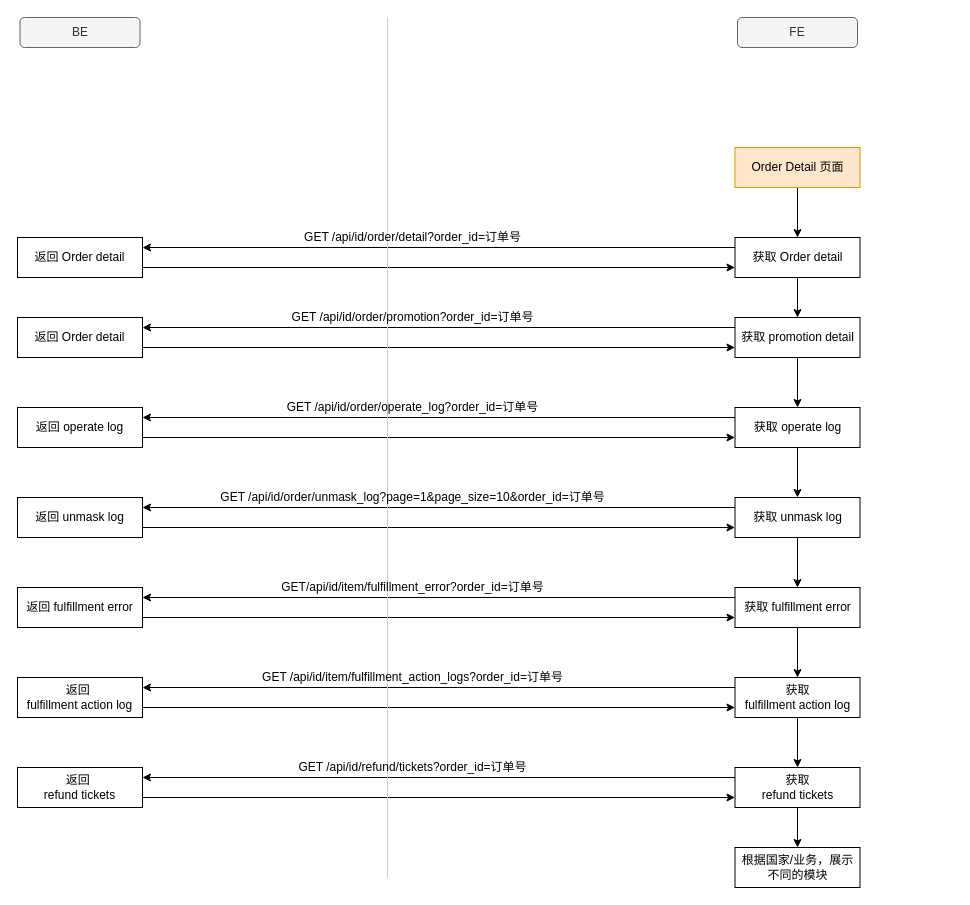
junhong2021/Hotel- keeps this draw.io diagram as page "order-detail" (2 of 4) of Admin/admin.drawio. Above is the earlier version. Source tidied: cells renumbered, new cells numbered last; positions are measured from the earlier drawing's top-left corner, leaving out a move shared by most shapes. Both pictures are drawn from the tidied source at 100%, with x=0, y=0 at pixel (17, 17).
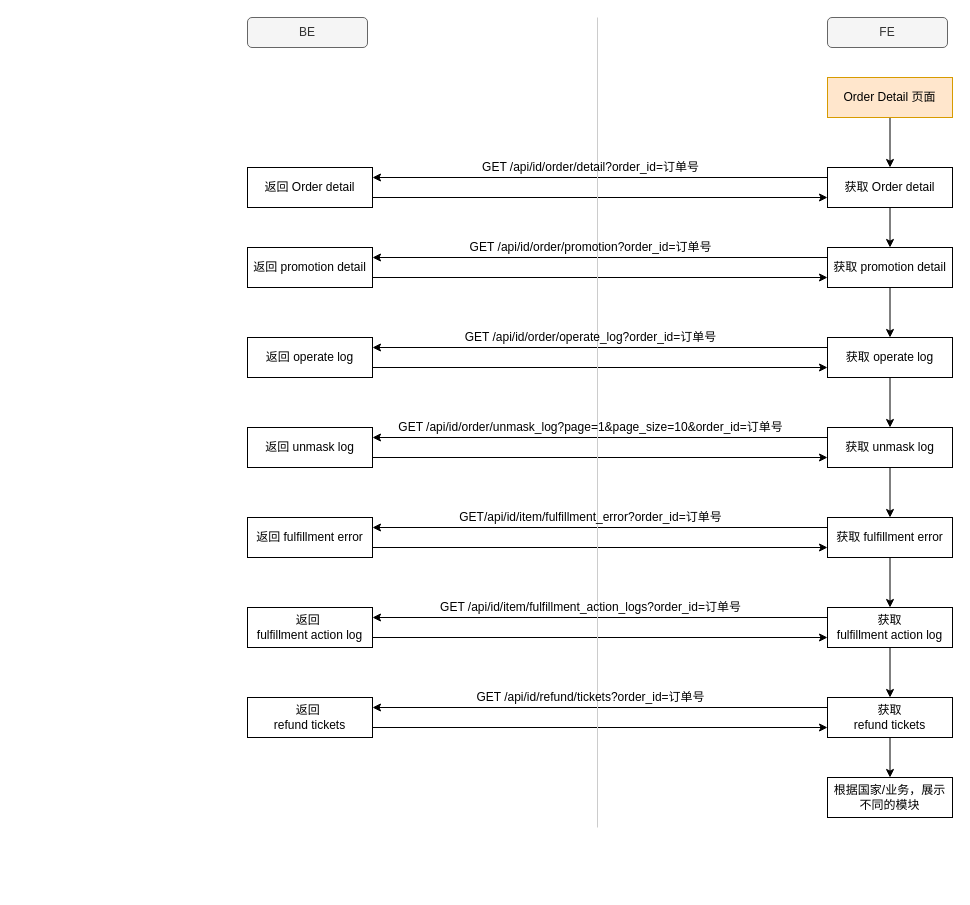
The same diagram, later.

Diff of the diagram source:
```diff
@@
     <mxCell id="6" value="BE" style="rounded=1;whiteSpace=wrap;html=1;fillColor=#f5f5f5;strokeColor=#666666;fontColor=#333333;" parent="1" vertex="1">
-      <mxGeometry x="2.5" width="120" height="30" as="geometry" />
+      <mxGeometry x="230" width="120" height="30" as="geometry" />
     </mxCell>
     <mxCell id="7" value="FE" style="rounded=1;whiteSpace=wrap;html=1;fillColor=#f5f5f5;strokeColor=#666666;fontColor=#333333;" parent="1" vertex="1">
-      <mxGeometry x="720" width="120" height="30" as="geometry" />
+      <mxGeometry x="810" width="120" height="30" as="geometry" />
     </mxCell>
@@
     <mxCell id="10" value="获取 Order detail" style="rounded=0;whiteSpace=wrap;html=1;" parent="1" vertex="1">
-      <mxGeometry x="717.5" y="220" width="125" height="40" as="geometry" />
+      <mxGeometry x="810" y="150" width="125" height="40" as="geometry" />
     </mxCell>
@@
     <mxCell id="16" value="获取 promotion detail" style="rounded=0;whiteSpace=wrap;html=1;" parent="1" vertex="1">
-      <mxGeometry x="717.5" y="300" width="125" height="40" as="geometry" />
+      <mxGeometry x="810" y="230" width="125" height="40" as="geometry" />
     </mxCell>
@@
     <mxCell id="18" value="获取 fulfillment error" style="rounded=0;whiteSpace=wrap;html=1;" parent="1" vertex="1">
-      <mxGeometry x="717.5" y="570" width="125" height="40" as="geometry" />
+      <mxGeometry x="810" y="500" width="125" height="40" as="geometry" />
     </mxCell>
@@
     <mxCell id="20" value="获取 operate log" style="rounded=0;whiteSpace=wrap;html=1;" parent="1" vertex="1">
-      <mxGeometry x="717.5" y="390" width="125" height="40" as="geometry" />
+      <mxGeometry x="810" y="320" width="125" height="40" as="geometry" />
     </mxCell>
@@
     <mxCell id="22" value="获取 unmask log" style="rounded=0;whiteSpace=wrap;html=1;" parent="1" vertex="1">
-      <mxGeometry x="717.5" y="480" width="125" height="40" as="geometry" />
+      <mxGeometry x="810" y="410" width="125" height="40" as="geometry" />
     </mxCell>
@@
-    <mxCell id="27" value="返回 Order detail" style="rounded=0;whiteSpace=wrap;html=1;" parent="1" vertex="1">
-      <mxGeometry y="300" width="125" height="40" as="geometry" />
+    <mxCell id="27" value="返回 promotion detail" style="rounded=0;whiteSpace=wrap;html=1;" parent="1" vertex="1">
+      <mxGeometry x="230" y="230" width="125" height="40" as="geometry" />
     </mxCell>
     <mxCell id="28" value="返回 fulfillment error" style="rounded=0;whiteSpace=wrap;html=1;" parent="1" vertex="1">
-      <mxGeometry y="570" width="125" height="40" as="geometry" />
+      <mxGeometry x="230" y="500" width="125" height="40" as="geometry" />
     </mxCell>
     <mxCell id="29" value="返回 operate log" style="rounded=0;whiteSpace=wrap;html=1;" parent="1" vertex="1">
-      <mxGeometry y="390" width="125" height="40" as="geometry" />
+      <mxGeometry x="230" y="320" width="125" height="40" as="geometry" />
     </mxCell>
     <mxCell id="30" value="返回 unmask log" style="rounded=0;whiteSpace=wrap;html=1;" parent="1" vertex="1">
-      <mxGeometry y="480" width="125" height="40" as="geometry" />
+      <mxGeometry x="230" y="410" width="125" height="40" as="geometry" />
     </mxCell>
@@
     <mxCell id="32" value="Order Detail 页面" style="rounded=0;whiteSpace=wrap;html=1;fillColor=#ffe6cc;strokeColor=#d79b00;" parent="1" vertex="1">
-      <mxGeometry x="717.5" y="130" width="125" height="40" as="geometry" />
+      <mxGeometry x="810" y="60" width="125" height="40" as="geometry" />
     </mxCell>
@@
     <mxCell id="35" value="返回 Order detail" style="rounded=0;whiteSpace=wrap;html=1;" parent="1" vertex="1">
-      <mxGeometry y="220" width="125" height="40" as="geometry" />
+      <mxGeometry x="230" y="150" width="125" height="40" as="geometry" />
     </mxCell>
     <mxCell id="36" style="endArrow=none;html=1;strokeColor=#CCCCCC;startArrow=none;" parent="1" edge="1">
       <mxGeometry relative="1" as="geometry">
-        <mxPoint x="370" y="860" as="sourcePoint" />
-        <mxPoint x="370" as="targetPoint" />
+        <mxPoint x="580" y="810" as="sourcePoint" />
+        <mxPoint x="580" as="targetPoint" />
       </mxGeometry>
     </mxCell>
     <mxCell id="37" value="GET /api/id/order/detail?order_id=订单号" style="text;html=1;align=center;verticalAlign=middle;strokeColor=none;" parent="1" vertex="1">
-      <mxGeometry x="280" y="210" width="230" height="20" as="geometry" />
+      <mxGeometry x="457.5" y="140" width="230" height="20" as="geometry" />
     </mxCell>
     <mxCell id="38" value="GET&amp;nbsp;/api/id/order/promotion?order_id=订单号" style="text;html=1;align=center;verticalAlign=middle;strokeColor=none;" parent="1" vertex="1">
-      <mxGeometry x="265" y="290" width="260" height="20" as="geometry" />
+      <mxGeometry x="442.5" y="220" width="260" height="20" as="geometry" />
     </mxCell>
     <mxCell id="39" value="GET/api/id/item/fulfillment_error?order_id=订单号" style="text;html=1;align=center;verticalAlign=middle;strokeColor=none;" parent="1" vertex="1">
-      <mxGeometry x="255" y="560" width="280" height="20" as="geometry" />
+      <mxGeometry x="432.5" y="490" width="280" height="20" as="geometry" />
     </mxCell>
     <mxCell id="40" value="GET /api/id/order/operate_log?order_id=订单号" style="text;html=1;align=center;verticalAlign=middle;strokeColor=none;" parent="1" vertex="1">
-      <mxGeometry x="260" y="380" width="270" height="20" as="geometry" />
+      <mxGeometry x="437.5" y="310" width="270" height="20" as="geometry" />
     </mxCell>
     <mxCell id="41" value="GET /api/id/order/unmask_log?page=1&amp;amp;page_size=10&amp;amp;order_id=订单号" style="text;html=1;align=center;verticalAlign=middle;strokeColor=none;" parent="1" vertex="1">
-      <mxGeometry x="195" y="470" width="400" height="20" as="geometry" />
+      <mxGeometry x="372.5" y="400" width="400" height="20" as="geometry" />
     </mxCell>
@@
     <mxCell id="43" value="获取 &lt;br&gt;fulfillment action log" style="rounded=0;whiteSpace=wrap;html=1;" parent="1" vertex="1">
-      <mxGeometry x="717.5" y="660" width="125" height="40" as="geometry" />
+      <mxGeometry x="810" y="590" width="125" height="40" as="geometry" />
     </mxCell>
@@
     <mxCell id="45" value="获取 &lt;br&gt;refund tickets" style="rounded=0;whiteSpace=wrap;html=1;" parent="1" vertex="1">
-      <mxGeometry x="717.5" y="750" width="125" height="40" as="geometry" />
+      <mxGeometry x="810" y="680" width="125" height="40" as="geometry" />
     </mxCell>
     <mxCell id="46" value="根据国家/业务，展示不同的模块" style="rounded=0;whiteSpace=wrap;html=1;" parent="1" vertex="1">
-      <mxGeometry x="717.5" y="830" width="125" height="40" as="geometry" />
+      <mxGeometry x="810" y="760" width="125" height="40" as="geometry" />
     </mxCell>
     <mxCell id="47" value="返回&amp;nbsp;&lt;br&gt;fulfillment action log" style="rounded=0;whiteSpace=wrap;html=1;" parent="1" vertex="1">
-      <mxGeometry y="660" width="125" height="40" as="geometry" />
+      <mxGeometry x="230" y="590" width="125" height="40" as="geometry" />
     </mxCell>
     <mxCell id="48" value="返回&amp;nbsp;&lt;br&gt;refund tickets" style="rounded=0;whiteSpace=wrap;html=1;" parent="1" vertex="1">
-      <mxGeometry y="750" width="125" height="40" as="geometry" />
+      <mxGeometry x="230" y="680" width="125" height="40" as="geometry" />
     </mxCell>
     <mxCell id="49" value="GET /api/id/item/fulfillment_action_logs?order_id=订单号" style="text;html=1;align=center;verticalAlign=middle;strokeColor=none;" parent="1" vertex="1">
-      <mxGeometry x="235" y="650" width="320" height="20" as="geometry" />
+      <mxGeometry x="412.5" y="580" width="320" height="20" as="geometry" />
     </mxCell>
     <mxCell id="50" value="GET /api/id/refund/tickets?order_id=订单号" style="text;html=1;align=center;verticalAlign=middle;strokeColor=none;" parent="1" vertex="1">
-      <mxGeometry x="275" y="740" width="240" height="20" as="geometry" />
+      <mxGeometry x="452.5" y="670" width="240" height="20" as="geometry" />
     </mxCell>
```
